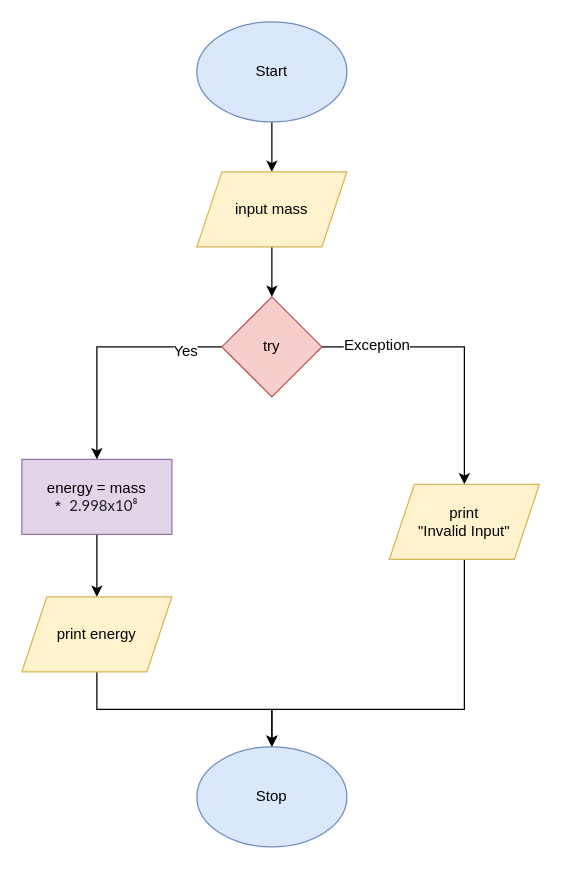
The draw.io diagram flowchart.drawio in Seti-Ngabo/ics4u-unit1-02-typescript, before the edit. Source tidied: cells renumbered, new cells numbered last; positions are measured from the earlier drawing's top-left corner, leaving out a move shared by most shapes. Both pictures are drawn from the tidied source at 125%, with x=0, y=0 at pixel (21, 21).
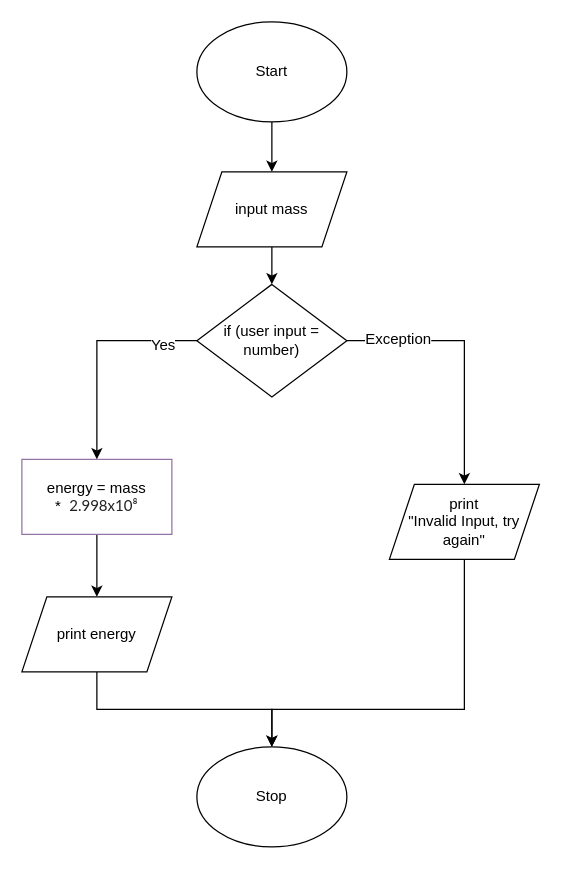
The same diagram, later.

Change to the diagram source:
```diff
@@
 <mxGraphModel>
   <root>
     <mxCell id="0" />
     <mxCell id="1" parent="0" />
     <mxCell id="2" style="edgeStyle=orthogonalEdgeStyle;html=1;exitX=0.5;exitY=1;exitDx=0;exitDy=0;entryX=0.5;entryY=0;entryDx=0;entryDy=0;" parent="1" edge="1" source="3" target="5">
       <mxGeometry relative="1" as="geometry" />
     </mxCell>
-    <mxCell id="3" value="Start" style="ellipse;whiteSpace=wrap;html=1;fillColor=#dae8fc;strokeColor=#6c8ebf;" parent="1" vertex="1">
+    <mxCell id="3" value="Start" style="ellipse;whiteSpace=wrap;html=1;fillColor=#FFFFFF;strokeColor=#000000;" parent="1" vertex="1">
       <mxGeometry x="140" width="120" height="80" as="geometry" />
     </mxCell>
     <mxCell id="4" style="edgeStyle=orthogonalEdgeStyle;html=1;exitX=0.5;exitY=1;exitDx=0;exitDy=0;entryX=0.5;entryY=0;entryDx=0;entryDy=0;fontSize=12;" parent="1" edge="1" source="5" target="12">
       <mxGeometry relative="1" as="geometry" />
     </mxCell>
-    <mxCell id="5" value="input mass" style="shape=parallelogram;perimeter=parallelogramPerimeter;whiteSpace=wrap;html=1;fixedSize=1;fillColor=#fff2cc;strokeColor=#d6b656;" parent="1" vertex="1">
+    <mxCell id="5" value="input mass" style="shape=parallelogram;perimeter=parallelogramPerimeter;whiteSpace=wrap;html=1;fixedSize=1;fillColor=#FFFFFF;strokeColor=#000000;" parent="1" vertex="1">
       <mxGeometry x="140" y="120" width="120" height="60" as="geometry" />
     </mxCell>
     <mxCell id="6" style="edgeStyle=orthogonalEdgeStyle;rounded=0;html=1;exitX=0.5;exitY=1;exitDx=0;exitDy=0;entryX=0.5;entryY=0;entryDx=0;entryDy=0;fontSize=12;" parent="1" edge="1" source="7" target="14">
       <mxGeometry relative="1" as="geometry" />
     </mxCell>
-    <mxCell id="7" value="energy = mass &lt;font style=&quot;font-size: 12px&quot;&gt;*&amp;nbsp;&amp;nbsp;&lt;span style=&quot;color: rgb(33 , 33 , 33) ; font-family: &amp;#34;lato&amp;#34; , sans-serif ; text-align: left&quot;&gt;2.998x10⁸&lt;/span&gt;&lt;/font&gt;" style="rounded=0;whiteSpace=wrap;html=1;fillColor=#e1d5e7;strokeColor=#9673a6;" parent="1" vertex="1">
+    <mxCell id="7" value="energy = mass &lt;font style=&quot;font-size: 12px&quot;&gt;*&amp;nbsp;&amp;nbsp;&lt;span style=&quot;color: rgb(33 , 33 , 33) ; font-family: &amp;#34;lato&amp;#34; , sans-serif ; text-align: left&quot;&gt;2.998x10⁸&lt;/span&gt;&lt;/font&gt;" style="rounded=0;whiteSpace=wrap;html=1;fillColor=#FFFFFF;strokeColor=#9673a6;" parent="1" vertex="1">
       <mxGeometry y="350" width="120" height="60" as="geometry" />
     </mxCell>
     <mxCell id="8" style="edgeStyle=orthogonalEdgeStyle;html=1;exitX=0;exitY=0.5;exitDx=0;exitDy=0;fontSize=12;rounded=0;" parent="1" edge="1" source="12" target="7">
       <mxGeometry relative="1" as="geometry" />
     </mxCell>
     <mxCell id="9" value="Yes" style="edgeLabel;html=1;align=center;verticalAlign=middle;fontSize=12;" parent="8" vertex="1">
       <mxGeometry x="-0.68" y="3" relative="1" as="geometry" />
     </mxCell>
     <mxCell id="10" style="edgeStyle=orthogonalEdgeStyle;rounded=0;html=1;exitX=1;exitY=0.5;exitDx=0;exitDy=0;entryX=0.5;entryY=0;entryDx=0;entryDy=0;fontSize=12;" parent="1" edge="1" source="12" target="17">
       <mxGeometry relative="1" as="geometry" />
     </mxCell>
     <mxCell id="11" value="Exception" style="edgeLabel;html=1;align=center;verticalAlign=middle;fontSize=12;" parent="10" vertex="1">
       <mxGeometry x="-0.62" y="2" relative="1" as="geometry" />
     </mxCell>
-    <mxCell id="12" value="try" style="rhombus;whiteSpace=wrap;html=1;fontSize=12;fillColor=#f8cecc;strokeColor=#b85450;" parent="1" vertex="1">
-      <mxGeometry x="160" y="220" width="80" height="80" as="geometry" />
+    <mxCell id="12" value="if (user input = number)" style="rhombus;whiteSpace=wrap;html=1;fontSize=12;fillColor=#FFFFFF;strokeColor=#000000;" parent="1" vertex="1">
+      <mxGeometry x="140" y="210" width="120" height="90" as="geometry" />
     </mxCell>
     <mxCell id="13" style="edgeStyle=orthogonalEdgeStyle;rounded=0;html=1;exitX=0.5;exitY=1;exitDx=0;exitDy=0;fontSize=12;" parent="1" edge="1" source="14" target="15">
       <mxGeometry relative="1" as="geometry" />
     </mxCell>
-    <mxCell id="14" value="print energy" style="shape=parallelogram;perimeter=parallelogramPerimeter;whiteSpace=wrap;html=1;fixedSize=1;fontSize=12;fillColor=#fff2cc;strokeColor=#d6b656;" parent="1" vertex="1">
+    <mxCell id="14" value="print energy" style="shape=parallelogram;perimeter=parallelogramPerimeter;whiteSpace=wrap;html=1;fixedSize=1;fontSize=12;fillColor=#FFFFFF;strokeColor=#000000;" parent="1" vertex="1">
       <mxGeometry y="460" width="120" height="60" as="geometry" />
     </mxCell>
-    <mxCell id="15" value="Stop" style="ellipse;whiteSpace=wrap;html=1;fontSize=12;fillColor=#dae8fc;strokeColor=#6c8ebf;" parent="1" vertex="1">
+    <mxCell id="15" value="Stop" style="ellipse;whiteSpace=wrap;html=1;fontSize=12;fillColor=#FFFFFF;strokeColor=#000000;" parent="1" vertex="1">
       <mxGeometry x="140" y="580" width="120" height="80" as="geometry" />
     </mxCell>
     <mxCell id="16" style="edgeStyle=orthogonalEdgeStyle;rounded=0;html=1;exitX=0.5;exitY=1;exitDx=0;exitDy=0;entryX=0.5;entryY=0;entryDx=0;entryDy=0;fontSize=12;" parent="1" edge="1" source="17" target="15">
       <mxGeometry relative="1" as="geometry">
         <Array as="points">
           <mxPoint x="354" y="550" />
           <mxPoint x="200" y="550" />
         </Array>
       </mxGeometry>
     </mxCell>
-    <mxCell id="17" value="print &lt;br&gt;&quot;Invalid Input&quot;" style="shape=parallelogram;perimeter=parallelogramPerimeter;whiteSpace=wrap;html=1;fixedSize=1;fontSize=12;fillColor=#fff2cc;strokeColor=#d6b656;" parent="1" vertex="1">
+    <mxCell id="17" value="print &lt;br&gt;&quot;Invalid Input, try again&quot;" style="shape=parallelogram;perimeter=parallelogramPerimeter;whiteSpace=wrap;html=1;fixedSize=1;fontSize=12;fillColor=#FFFFFF;strokeColor=#000000;" parent="1" vertex="1">
       <mxGeometry x="294" y="370" width="120" height="60" as="geometry" />
     </mxCell>
   </root>
 </mxGraphModel>
```
